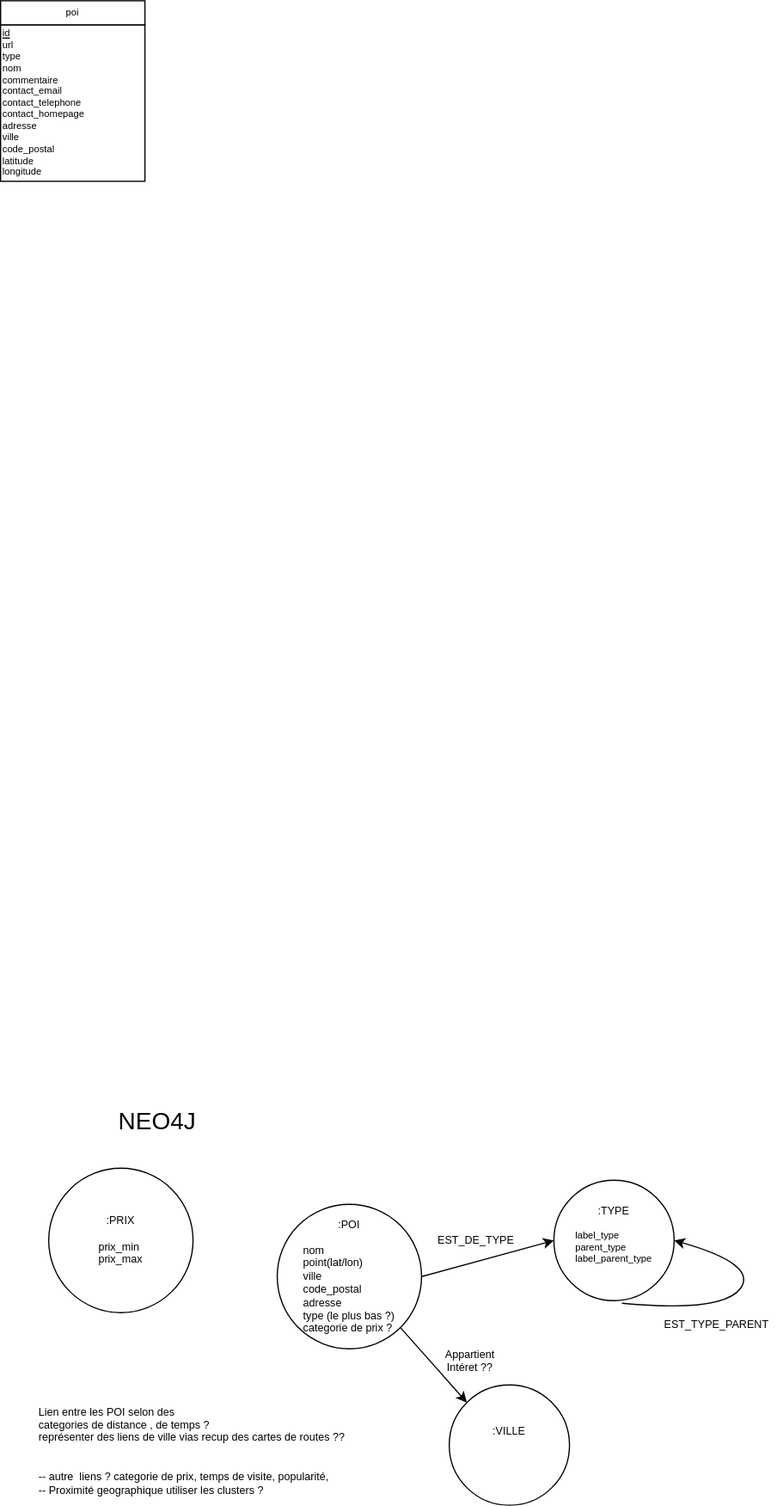
The draw.io diagram Doc/table POI simplifié.drawio.svg in dfontaine59/Itineraire-de-Vacances, before a commit. Source tidied: cells renumbered, new cells last; positions are measured from the earlier drawing's top-left corner, leaving out a move shared by most shapes. Its diagram source:
```xml
<mxGraphModel>
  <root>
    <mxCell id="0" />
    <mxCell id="1" parent="0" />
    <mxCell id="2" value=":POI&lt;br&gt;&lt;br&gt;&lt;div style=&quot;text-align: left;&quot;&gt;&lt;span style=&quot;background-color: initial;&quot;&gt;nom&lt;/span&gt;&lt;/div&gt;&lt;div style=&quot;text-align: left;&quot;&gt;&lt;span style=&quot;background-color: initial;&quot;&gt;point(lat/lon)&lt;/span&gt;&lt;/div&gt;&lt;div style=&quot;text-align: left;&quot;&gt;&lt;span style=&quot;background-color: initial;&quot;&gt;ville&lt;/span&gt;&lt;/div&gt;&lt;div style=&quot;text-align: left;&quot;&gt;&lt;span style=&quot;background-color: initial;&quot;&gt;code_postal&lt;/span&gt;&lt;/div&gt;&lt;div style=&quot;text-align: left;&quot;&gt;&lt;span style=&quot;background-color: initial;&quot;&gt;adresse&lt;/span&gt;&lt;/div&gt;&lt;div style=&quot;text-align: left;&quot;&gt;&lt;span style=&quot;background-color: initial;&quot;&gt;type (le plus bas ?)&lt;/span&gt;&lt;/div&gt;&lt;div style=&quot;text-align: left;&quot;&gt;&lt;span style=&quot;background-color: initial;&quot;&gt;categorie de prix ?&lt;/span&gt;&lt;/div&gt;" style="ellipse;whiteSpace=wrap;html=1;fontSize=9;align=center;" parent="1" vertex="1">
      <mxGeometry x="230" y="1000" width="120" height="120" as="geometry" />
    </mxCell>
    <mxCell id="3" value="NEO4J" style="text;html=1;align=center;verticalAlign=middle;strokeColor=none;fillColor=none;fontSize=20;" parent="1" vertex="1">
      <mxGeometry x="85" y="910" width="90" height="40" as="geometry" />
    </mxCell>
    <mxCell id="4" value=":VILLE&lt;br&gt;&lt;br&gt;&lt;div style=&quot;text-align: left;&quot;&gt;&lt;br&gt;&lt;/div&gt;" style="ellipse;whiteSpace=wrap;html=1;fontSize=9;align=center;" parent="1" vertex="1">
      <mxGeometry x="373" y="1150" width="100" height="100" as="geometry" />
    </mxCell>
    <mxCell id="5" style="endArrow=classic;html=1;rounded=0;fontSize=9;entryX=0;entryY=0;entryDx=0;entryDy=0;exitX=1;exitY=1;exitDx=0;exitDy=0;" parent="1" edge="1" source="2" target="4">
      <mxGeometry relative="1" as="geometry" />
    </mxCell>
    <mxCell id="6" value=":TYPE&lt;br&gt;&lt;br&gt;&lt;div style=&quot;border-color: var(--border-color); font-size: 8px; text-align: left;&quot;&gt;label_type&lt;/div&gt;&lt;div style=&quot;border-color: var(--border-color); font-size: 8px; text-align: left;&quot;&gt;parent_type&lt;/div&gt;&lt;div style=&quot;border-color: var(--border-color); font-size: 8px; text-align: left;&quot;&gt;label_parent_type&lt;/div&gt;&lt;div style=&quot;border-color: var(--border-color); font-size: 8px; text-align: left;&quot;&gt;&lt;br&gt;&lt;/div&gt;" style="ellipse;whiteSpace=wrap;html=1;fontSize=9;align=center;" parent="1" vertex="1">
      <mxGeometry x="460" y="980" width="100" height="100" as="geometry" />
    </mxCell>
    <mxCell id="7" style="endArrow=classic;html=1;rounded=0;fontSize=9;entryX=0;entryY=0.5;entryDx=0;entryDy=0;exitX=1;exitY=0.5;exitDx=0;exitDy=0;" parent="1" edge="1" source="2" target="6">
      <mxGeometry relative="1" as="geometry" />
    </mxCell>
    <mxCell id="8" value="EST_DE_TYPE" style="text;html=1;align=center;verticalAlign=middle;strokeColor=none;fillColor=none;fontSize=9;" parent="1" vertex="1">
      <mxGeometry x="350" y="1020" width="90" height="20" as="geometry" />
    </mxCell>
    <mxCell id="9" style="curved=1;endArrow=classic;html=1;rounded=0;fontSize=9;entryX=1;entryY=0.5;entryDx=0;entryDy=0;exitX=0.566;exitY=1.022;exitDx=0;exitDy=0;exitPerimeter=0;" parent="1" edge="1" source="6" target="6">
      <mxGeometry relative="1" as="geometry">
        <Array as="points">
          <mxPoint x="600" y="1090" />
          <mxPoint x="630" y="1050" />
        </Array>
      </mxGeometry>
    </mxCell>
    <mxCell id="10" value="EST_TYPE_PARENT" style="text;html=1;align=center;verticalAlign=middle;strokeColor=none;fillColor=none;fontSize=9;" parent="1" vertex="1">
      <mxGeometry x="540" y="1090" width="110" height="20" as="geometry" />
    </mxCell>
    <mxCell id="11" value="Lien entre les POI selon des &lt;br&gt;categories de distance , de temps ?&lt;br&gt;&lt;div style=&quot;&quot;&gt;représenter des liens de ville vias recup des cartes de routes ??&lt;/div&gt;&lt;div style=&quot;&quot;&gt;&lt;br&gt;&lt;/div&gt;&lt;div style=&quot;&quot;&gt;&lt;br&gt;&lt;/div&gt;&lt;div style=&quot;&quot;&gt;&lt;div&gt;-- autre&amp;nbsp; liens ? categorie de prix, temps de visite, popularité,&amp;nbsp;&lt;/div&gt;&lt;div&gt;-- Proximité geographique utiliser les clusters ?&lt;/div&gt;&lt;/div&gt;" style="text;html=1;align=left;verticalAlign=middle;strokeColor=none;fillColor=none;fontSize=9;" parent="1" vertex="1">
      <mxGeometry x="30" y="1160" width="280" height="90" as="geometry" />
    </mxCell>
    <mxCell id="12" value="Appartient&lt;br&gt;Intéret ??" style="text;html=1;align=center;verticalAlign=middle;strokeColor=none;fillColor=none;fontSize=9;" parent="1" vertex="1">
      <mxGeometry x="360" y="1110" width="60" height="40" as="geometry" />
    </mxCell>
    <mxCell id="13" value=":PRIX&lt;br&gt;&lt;br&gt;&lt;div style=&quot;text-align: left;&quot;&gt;&lt;span style=&quot;background-color: initial;&quot;&gt;prix_min&lt;/span&gt;&lt;br&gt;&lt;/div&gt;&lt;div style=&quot;text-align: left;&quot;&gt;&lt;span style=&quot;background-color: initial;&quot;&gt;prix_max&lt;/span&gt;&lt;/div&gt;" style="ellipse;whiteSpace=wrap;html=1;fontSize=9;align=center;" parent="1" vertex="1">
      <mxGeometry x="40" y="970" width="120" height="120" as="geometry" />
    </mxCell>
    <mxCell id="14" style="group;" parent="1" vertex="1">
      <mxGeometry width="120" height="150" as="geometry" />
    </mxCell>
    <mxCell id="15" value="&lt;div&gt;&lt;u&gt;id&lt;/u&gt;&lt;/div&gt;&lt;div&gt;url&lt;/div&gt;&lt;div&gt;type&lt;/div&gt;&lt;div&gt;nom&lt;/div&gt;&lt;div&gt;commentaire&lt;/div&gt;&lt;div&gt;contact_email&lt;/div&gt;&lt;div&gt;contact_telephone&lt;/div&gt;&lt;div&gt;contact_homepage&lt;/div&gt;&lt;div&gt;adresse&lt;/div&gt;&lt;div&gt;ville&lt;/div&gt;&lt;div&gt;code_postal&lt;/div&gt;&lt;div&gt;latitude&lt;/div&gt;&lt;div&gt;longitude&lt;/div&gt;" style="rounded=0;whiteSpace=wrap;html=1;fontSize=8;align=left;" parent="14" vertex="1">
      <mxGeometry y="20" width="120" height="130" as="geometry" />
    </mxCell>
    <mxCell id="16" value="poi" style="rounded=0;whiteSpace=wrap;html=1;fontSize=8;" parent="14" vertex="1">
      <mxGeometry width="120" height="20" as="geometry" />
    </mxCell>
  </root>
</mxGraphModel>
```
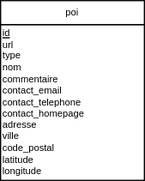
The same diagram one commit later.

Diff of the diagram source:
```diff
@@ -2,47 +2,6 @@
   <root>
     <mxCell id="0" />
     <mxCell id="1" parent="0" />
-    <mxCell id="2" value=":POI&lt;br&gt;&lt;br&gt;&lt;div style=&quot;text-align: left;&quot;&gt;&lt;span style=&quot;background-color: initial;&quot;&gt;nom&lt;/span&gt;&lt;/div&gt;&lt;div style=&quot;text-align: left;&quot;&gt;&lt;span style=&quot;background-color: initial;&quot;&gt;point(lat/lon)&lt;/span&gt;&lt;/div&gt;&lt;div style=&quot;text-align: left;&quot;&gt;&lt;span style=&quot;background-color: initial;&quot;&gt;ville&lt;/span&gt;&lt;/div&gt;&lt;div style=&quot;text-align: left;&quot;&gt;&lt;span style=&quot;background-color: initial;&quot;&gt;code_postal&lt;/span&gt;&lt;/div&gt;&lt;div style=&quot;text-align: left;&quot;&gt;&lt;span style=&quot;background-color: initial;&quot;&gt;adresse&lt;/span&gt;&lt;/div&gt;&lt;div style=&quot;text-align: left;&quot;&gt;&lt;span style=&quot;background-color: initial;&quot;&gt;type (le plus bas ?)&lt;/span&gt;&lt;/div&gt;&lt;div style=&quot;text-align: left;&quot;&gt;&lt;span style=&quot;background-color: initial;&quot;&gt;categorie de prix ?&lt;/span&gt;&lt;/div&gt;" style="ellipse;whiteSpace=wrap;html=1;fontSize=9;align=center;" parent="1" vertex="1">
-      <mxGeometry x="230" y="1000" width="120" height="120" as="geometry" />
-    </mxCell>
-    <mxCell id="3" value="NEO4J" style="text;html=1;align=center;verticalAlign=middle;strokeColor=none;fillColor=none;fontSize=20;" parent="1" vertex="1">
-      <mxGeometry x="85" y="910" width="90" height="40" as="geometry" />
-    </mxCell>
-    <mxCell id="4" value=":VILLE&lt;br&gt;&lt;br&gt;&lt;div style=&quot;text-align: left;&quot;&gt;&lt;br&gt;&lt;/div&gt;" style="ellipse;whiteSpace=wrap;html=1;fontSize=9;align=center;" parent="1" vertex="1">
-      <mxGeometry x="373" y="1150" width="100" height="100" as="geometry" />
-    </mxCell>
-    <mxCell id="5" style="endArrow=classic;html=1;rounded=0;fontSize=9;entryX=0;entryY=0;entryDx=0;entryDy=0;exitX=1;exitY=1;exitDx=0;exitDy=0;" parent="1" edge="1" source="2" target="4">
-      <mxGeometry relative="1" as="geometry" />
-    </mxCell>
-    <mxCell id="6" value=":TYPE&lt;br&gt;&lt;br&gt;&lt;div style=&quot;border-color: var(--border-color); font-size: 8px; text-align: left;&quot;&gt;label_type&lt;/div&gt;&lt;div style=&quot;border-color: var(--border-color); font-size: 8px; text-align: left;&quot;&gt;parent_type&lt;/div&gt;&lt;div style=&quot;border-color: var(--border-color); font-size: 8px; text-align: left;&quot;&gt;label_parent_type&lt;/div&gt;&lt;div style=&quot;border-color: var(--border-color); font-size: 8px; text-align: left;&quot;&gt;&lt;br&gt;&lt;/div&gt;" style="ellipse;whiteSpace=wrap;html=1;fontSize=9;align=center;" parent="1" vertex="1">
-      <mxGeometry x="460" y="980" width="100" height="100" as="geometry" />
-    </mxCell>
-    <mxCell id="7" style="endArrow=classic;html=1;rounded=0;fontSize=9;entryX=0;entryY=0.5;entryDx=0;entryDy=0;exitX=1;exitY=0.5;exitDx=0;exitDy=0;" parent="1" edge="1" source="2" target="6">
-      <mxGeometry relative="1" as="geometry" />
-    </mxCell>
-    <mxCell id="8" value="EST_DE_TYPE" style="text;html=1;align=center;verticalAlign=middle;strokeColor=none;fillColor=none;fontSize=9;" parent="1" vertex="1">
-      <mxGeometry x="350" y="1020" width="90" height="20" as="geometry" />
-    </mxCell>
-    <mxCell id="9" style="curved=1;endArrow=classic;html=1;rounded=0;fontSize=9;entryX=1;entryY=0.5;entryDx=0;entryDy=0;exitX=0.566;exitY=1.022;exitDx=0;exitDy=0;exitPerimeter=0;" parent="1" edge="1" source="6" target="6">
-      <mxGeometry relative="1" as="geometry">
-        <Array as="points">
-          <mxPoint x="600" y="1090" />
-          <mxPoint x="630" y="1050" />
-        </Array>
-      </mxGeometry>
-    </mxCell>
-    <mxCell id="10" value="EST_TYPE_PARENT" style="text;html=1;align=center;verticalAlign=middle;strokeColor=none;fillColor=none;fontSize=9;" parent="1" vertex="1">
-      <mxGeometry x="540" y="1090" width="110" height="20" as="geometry" />
-    </mxCell>
-    <mxCell id="11" value="Lien entre les POI selon des &lt;br&gt;categories de distance , de temps ?&lt;br&gt;&lt;div style=&quot;&quot;&gt;représenter des liens de ville vias recup des cartes de routes ??&lt;/div&gt;&lt;div style=&quot;&quot;&gt;&lt;br&gt;&lt;/div&gt;&lt;div style=&quot;&quot;&gt;&lt;br&gt;&lt;/div&gt;&lt;div style=&quot;&quot;&gt;&lt;div&gt;-- autre&amp;nbsp; liens ? categorie de prix, temps de visite, popularité,&amp;nbsp;&lt;/div&gt;&lt;div&gt;-- Proximité geographique utiliser les clusters ?&lt;/div&gt;&lt;/div&gt;" style="text;html=1;align=left;verticalAlign=middle;strokeColor=none;fillColor=none;fontSize=9;" parent="1" vertex="1">
-      <mxGeometry x="30" y="1160" width="280" height="90" as="geometry" />
-    </mxCell>
-    <mxCell id="12" value="Appartient&lt;br&gt;Intéret ??" style="text;html=1;align=center;verticalAlign=middle;strokeColor=none;fillColor=none;fontSize=9;" parent="1" vertex="1">
-      <mxGeometry x="360" y="1110" width="60" height="40" as="geometry" />
-    </mxCell>
-    <mxCell id="13" value=":PRIX&lt;br&gt;&lt;br&gt;&lt;div style=&quot;text-align: left;&quot;&gt;&lt;span style=&quot;background-color: initial;&quot;&gt;prix_min&lt;/span&gt;&lt;br&gt;&lt;/div&gt;&lt;div style=&quot;text-align: left;&quot;&gt;&lt;span style=&quot;background-color: initial;&quot;&gt;prix_max&lt;/span&gt;&lt;/div&gt;" style="ellipse;whiteSpace=wrap;html=1;fontSize=9;align=center;" parent="1" vertex="1">
-      <mxGeometry x="40" y="970" width="120" height="120" as="geometry" />
-    </mxCell>
     <mxCell id="14" style="group;" parent="1" vertex="1">
       <mxGeometry width="120" height="150" as="geometry" />
     </mxCell>
```
